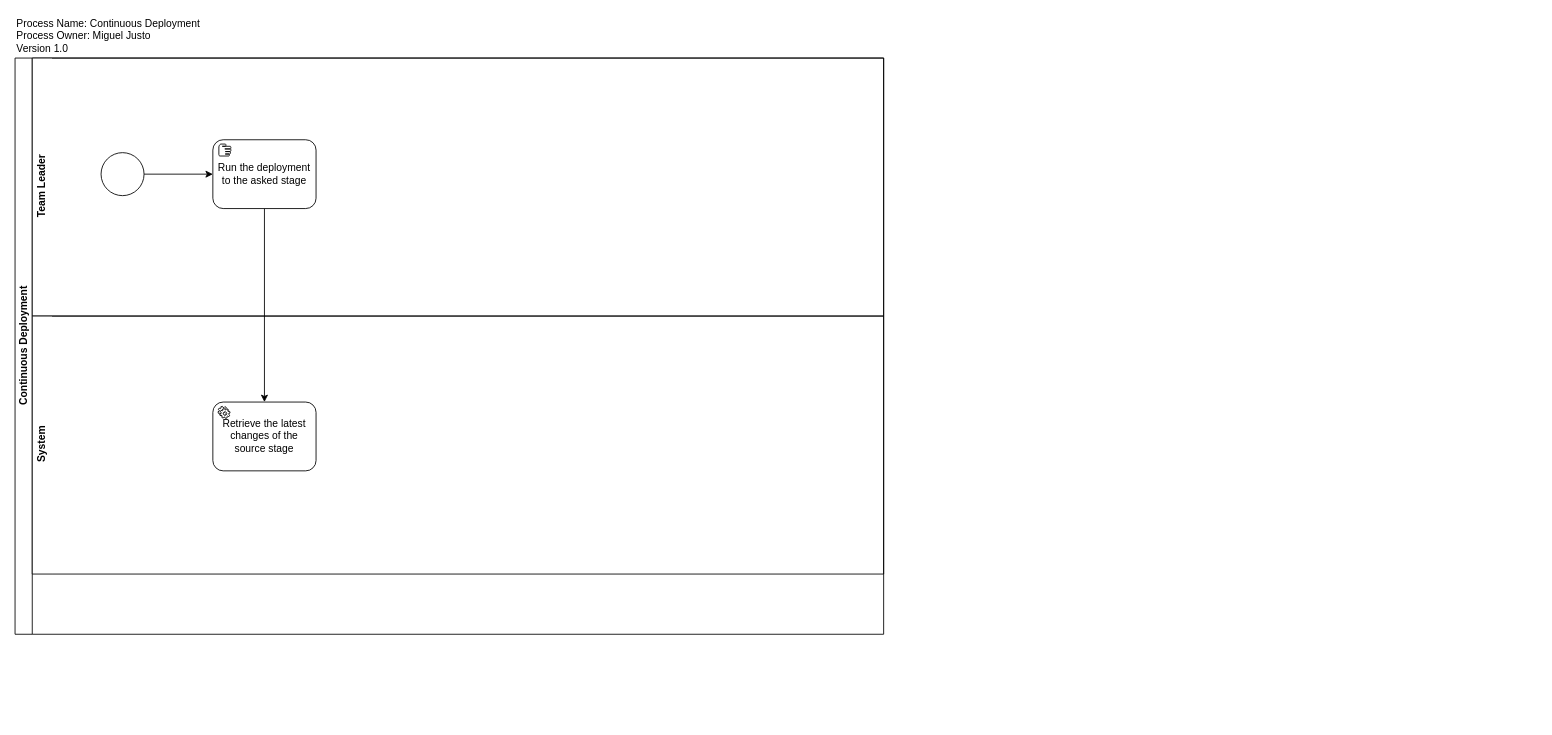
The draw.io diagram combiq/CDeployment-BPM.drawio in m1guel/diagrams, before the edit. Source tidied: cells renumbered, new cells numbered last; positions are measured from the earlier drawing's top-left corner, leaving out a move shared by most shapes. Both pictures are drawn from the tidied source at 86%, with x=0, y=0 at pixel (15, 15).
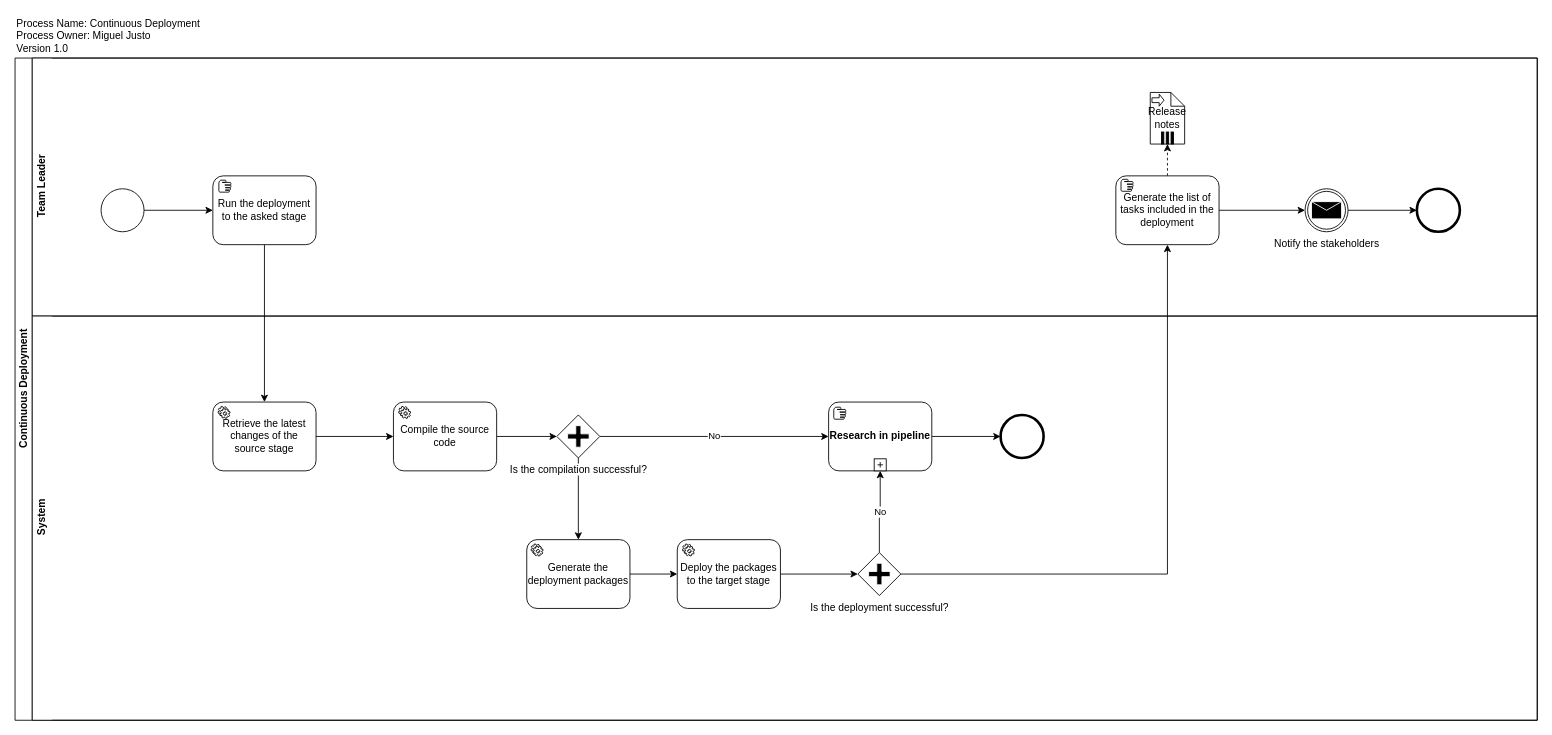
Above is the later version.

The change refers to these unchanged cells:
```xml
<mxCell id="10" value="Retrieve the latest changes of the source stage" style="shape=ext;rounded=1;html=1;whiteSpace=wrap;" parent="9" vertex="1">
  <mxGeometry x="210" y="100" width="120" height="80" as="geometry" />
</mxCell>
```

Diff of the diagram source:
```diff
@@
     <mxCell id="2" value="Continuous Deployment" style="swimlane;html=1;horizontal=0;startSize=20;" parent="1" vertex="1">
-      <mxGeometry y="50" width="1010" height="670" as="geometry" />
+      <mxGeometry y="50" width="1770" height="770" as="geometry" />
     </mxCell>
     <mxCell id="3" value="Team Leader" style="swimlane;html=1;horizontal=0;swimlaneLine=0;" parent="2" vertex="1">
-      <mxGeometry x="20" width="990" height="300" as="geometry" />
+      <mxGeometry x="20" width="1750" height="300" as="geometry" />
     </mxCell>
@@
     <mxCell id="5" style="shape=mxgraph.bpmn.shape;html=1;verticalLabelPosition=bottom;labelBackgroundColor=#ffffff;verticalAlign=top;align=center;perimeter=ellipsePerimeter;outlineConnect=0;outline=standard;symbol=general;" parent="3" vertex="1">
-      <mxGeometry x="80" y="110" width="50" height="50" as="geometry" />
+      <mxGeometry x="80" y="152" width="50" height="50" as="geometry" />
     </mxCell>
@@
     <mxCell id="7" value="Run the deployment to the asked stage" style="shape=ext;rounded=1;html=1;whiteSpace=wrap;" parent="3" vertex="1">
-      <mxGeometry x="210" y="95" width="120" height="80" as="geometry" />
+      <mxGeometry x="210" y="137" width="120" height="80" as="geometry" />
     </mxCell>
     <mxCell id="8" style="shape=mxgraph.bpmn.manual_task;html=1;" parent="3" vertex="1">
-      <mxGeometry x="217" y="100" width="14" height="14" as="geometry" />
+      <mxGeometry x="217" y="142" width="14" height="14" as="geometry" />
     </mxCell>
     <mxCell id="9" value="System" style="swimlane;html=1;horizontal=0;swimlaneLine=0;" parent="3" vertex="1">
-      <mxGeometry y="300" width="990" height="300" as="geometry" />
+      <mxGeometry y="300" width="1750" height="470" as="geometry" />
     </mxCell>
+    <mxCell id="13" style="edgeStyle=orthogonalEdgeStyle;rounded=0;jettySize=auto;html=1;exitX=1;exitY=0.5;exitDx=0;exitDy=0;entryX=0;entryY=0.5;entryDx=0;entryDy=0;" parent="9" edge="1" source="10" target="15">
+      <mxGeometry relative="1" as="geometry" />
+    </mxCell>
@@
+    <mxCell id="14" style="edgeStyle=orthogonalEdgeStyle;rounded=0;jettySize=auto;html=1;exitX=1;exitY=0.5;exitDx=0;exitDy=0;" parent="9" edge="1" source="15" target="19">
+      <mxGeometry relative="1" as="geometry" />
+    </mxCell>
+    <mxCell id="15" value="Compile the source code" style="shape=ext;rounded=1;html=1;whiteSpace=wrap;" parent="9" vertex="1">
+      <mxGeometry x="420" y="100" width="120" height="80" as="geometry" />
+    </mxCell>
+    <mxCell id="16" style="shape=mxgraph.bpmn.service_task;html=1;" parent="9" vertex="1">
+      <mxGeometry x="426" y="105" width="14" height="14" as="geometry" />
+    </mxCell>
+    <mxCell id="17" value="No" style="edgeStyle=orthogonalEdgeStyle;rounded=0;jettySize=auto;html=1;exitX=1;exitY=0.5;exitDx=0;exitDy=0;" parent="9" edge="1" source="19" target="21">
+      <mxGeometry relative="1" as="geometry" />
+    </mxCell>
+    <mxCell id="18" style="edgeStyle=orthogonalEdgeStyle;rounded=0;jettySize=auto;html=1;exitX=0.5;exitY=1;exitDx=0;exitDy=0;" parent="9" edge="1" source="19" target="26">
+      <mxGeometry relative="1" as="geometry" />
+    </mxCell>
+    <mxCell id="19" value="Is the compilation successful?" style="shape=mxgraph.bpmn.shape;html=1;verticalLabelPosition=bottom;labelBackgroundColor=#ffffff;verticalAlign=top;align=center;perimeter=rhombusPerimeter;background=gateway;outlineConnect=0;outline=none;symbol=parallelGw;" parent="9" vertex="1">
+      <mxGeometry x="610" y="115" width="50" height="50" as="geometry" />
+    </mxCell>
+    <mxCell id="20" style="edgeStyle=orthogonalEdgeStyle;rounded=0;jettySize=auto;html=1;exitX=1;exitY=0.5;exitDx=0;exitDy=0;" parent="9" edge="1" source="21" target="24">
+      <mxGeometry relative="1" as="geometry" />
+    </mxCell>
+    <mxCell id="21" value="&lt;b&gt;Research in pipeline&lt;/b&gt;" style="html=1;whiteSpace=wrap;rounded=1;" parent="9" vertex="1">
+      <mxGeometry x="926" y="100" width="120" height="80" as="geometry" />
+    </mxCell>
+    <mxCell id="22" style="html=1;shape=plus;" parent="21" vertex="1">
+      <mxGeometry x="0.5" y="1" width="14" height="14" relative="1" as="geometry">
+        <mxPoint x="-7" y="-14" as="offset" />
+      </mxGeometry>
+    </mxCell>
+    <mxCell id="23" style="shape=mxgraph.bpmn.manual_task;html=1;" parent="21" vertex="1">
+      <mxGeometry x="6" y="6" width="14" height="14" as="geometry" />
+    </mxCell>
+    <mxCell id="24" style="shape=mxgraph.bpmn.shape;html=1;verticalLabelPosition=bottom;labelBackgroundColor=#ffffff;verticalAlign=top;align=center;perimeter=ellipsePerimeter;outlineConnect=0;outline=end;symbol=general;" parent="9" vertex="1">
+      <mxGeometry x="1126" y="115" width="50" height="50" as="geometry" />
+    </mxCell>
+    <mxCell id="25" style="edgeStyle=orthogonalEdgeStyle;rounded=0;jettySize=auto;html=1;exitX=1;exitY=0.5;exitDx=0;exitDy=0;entryX=0;entryY=0.5;entryDx=0;entryDy=0;" parent="9" edge="1" source="26" target="29">
+      <mxGeometry relative="1" as="geometry" />
+    </mxCell>
+    <mxCell id="26" value="Generate the deployment packages" style="shape=ext;rounded=1;html=1;whiteSpace=wrap;" parent="9" vertex="1">
+      <mxGeometry x="575" y="260" width="120" height="80" as="geometry" />
+    </mxCell>
+    <mxCell id="27" style="shape=mxgraph.bpmn.service_task;html=1;" parent="9" vertex="1">
+      <mxGeometry x="580" y="265" width="14" height="14" as="geometry" />
+    </mxCell>
+    <mxCell id="28" style="edgeStyle=orthogonalEdgeStyle;rounded=0;jettySize=auto;html=1;exitX=1;exitY=0.5;exitDx=0;exitDy=0;entryX=0;entryY=0.5;entryDx=0;entryDy=0;" parent="9" edge="1" source="29" target="32">
+      <mxGeometry relative="1" as="geometry" />
+    </mxCell>
+    <mxCell id="29" value="Deploy the packages to the target stage" style="shape=ext;rounded=1;html=1;whiteSpace=wrap;" parent="9" vertex="1">
+      <mxGeometry x="750" y="260" width="120" height="80" as="geometry" />
+    </mxCell>
+    <mxCell id="30" style="shape=mxgraph.bpmn.service_task;html=1;" parent="9" vertex="1">
+      <mxGeometry x="756" y="265" width="14" height="14" as="geometry" />
+    </mxCell>
+    <mxCell id="31" value="No" style="edgeStyle=orthogonalEdgeStyle;rounded=0;jettySize=auto;html=1;exitX=0.5;exitY=0;exitDx=0;exitDy=0;entryX=0.5;entryY=1;entryDx=0;entryDy=0;" parent="9" edge="1" source="32" target="21">
+      <mxGeometry relative="1" as="geometry" />
+    </mxCell>
+    <mxCell id="32" value="Is the deployment successful?" style="shape=mxgraph.bpmn.shape;html=1;verticalLabelPosition=bottom;labelBackgroundColor=#ffffff;verticalAlign=top;align=center;perimeter=rhombusPerimeter;background=gateway;outlineConnect=0;outline=none;symbol=parallelGw;" parent="9" vertex="1">
+      <mxGeometry x="960" y="275" width="50" height="50" as="geometry" />
+    </mxCell>
+    <mxCell id="33" style="edgeStyle=orthogonalEdgeStyle;rounded=0;jettySize=auto;html=1;exitX=0.5;exitY=0;exitDx=0;exitDy=0;entryX=0.5;entryY=1;entryDx=0;entryDy=0;dashed=1;" parent="3" edge="1" source="35" target="39">
+      <mxGeometry relative="1" as="geometry" />
+    </mxCell>
+    <mxCell id="34" style="edgeStyle=orthogonalEdgeStyle;rounded=0;jettySize=auto;html=1;exitX=1;exitY=0.5;exitDx=0;exitDy=0;" parent="3" edge="1" source="35" target="41">
+      <mxGeometry relative="1" as="geometry" />
+    </mxCell>
+    <mxCell id="35" value="Generate the list of tasks included in the deployment" style="shape=ext;rounded=1;html=1;whiteSpace=wrap;" parent="3" vertex="1">
+      <mxGeometry x="1260" y="137" width="120" height="80" as="geometry" />
+    </mxCell>
+    <mxCell id="36" style="shape=mxgraph.bpmn.manual_task;html=1;" parent="3" vertex="1">
+      <mxGeometry x="1266" y="141" width="14" height="14" as="geometry" />
+    </mxCell>
+    <mxCell id="37" value="Release notes" style="shape=note;whiteSpace=wrap;size=16;html=1;" parent="3" vertex="1">
+      <mxGeometry x="1300" y="40" width="40" height="60" as="geometry" />
+    </mxCell>
+    <mxCell id="38" style="html=1;shape=singleArrow;arrowWidth=0.4;arrowSize=0.4;" parent="37" vertex="1">
+      <mxGeometry width="14" height="14" relative="1" as="geometry">
+        <mxPoint x="2" y="2" as="offset" />
+      </mxGeometry>
+    </mxCell>
+    <mxCell id="39" style="html=1;whiteSpace=wrap;shape=parallelMarker;outlineConnect=0;" parent="37" vertex="1">
+      <mxGeometry x="0.5" y="1" width="14" height="14" relative="1" as="geometry">
+        <mxPoint x="-7" y="-14" as="offset" />
+      </mxGeometry>
+    </mxCell>
+    <mxCell id="40" style="edgeStyle=orthogonalEdgeStyle;rounded=0;jettySize=auto;html=1;exitX=1;exitY=0.5;exitDx=0;exitDy=0;entryX=0;entryY=0.5;entryDx=0;entryDy=0;" parent="3" edge="1" source="41" target="42">
+      <mxGeometry relative="1" as="geometry" />
+    </mxCell>
+    <mxCell id="41" value="Notify the stakeholders" style="shape=mxgraph.bpmn.shape;html=1;verticalLabelPosition=bottom;labelBackgroundColor=#ffffff;verticalAlign=top;align=center;perimeter=ellipsePerimeter;outlineConnect=0;outline=throwing;symbol=message;" parent="3" vertex="1">
+      <mxGeometry x="1480" y="152" width="50" height="50" as="geometry" />
+    </mxCell>
+    <mxCell id="42" style="shape=mxgraph.bpmn.shape;html=1;verticalLabelPosition=bottom;labelBackgroundColor=#ffffff;verticalAlign=top;align=center;perimeter=ellipsePerimeter;outlineConnect=0;outline=end;symbol=general;" parent="3" vertex="1">
+      <mxGeometry x="1610" y="152" width="50" height="50" as="geometry" />
+    </mxCell>
+    <mxCell id="43" style="edgeStyle=orthogonalEdgeStyle;rounded=0;jettySize=auto;html=1;exitX=1;exitY=0.5;exitDx=0;exitDy=0;entryX=0.5;entryY=1;entryDx=0;entryDy=0;" parent="3" edge="1" source="32" target="35">
+      <mxGeometry relative="1" as="geometry" />
+    </mxCell>
```
